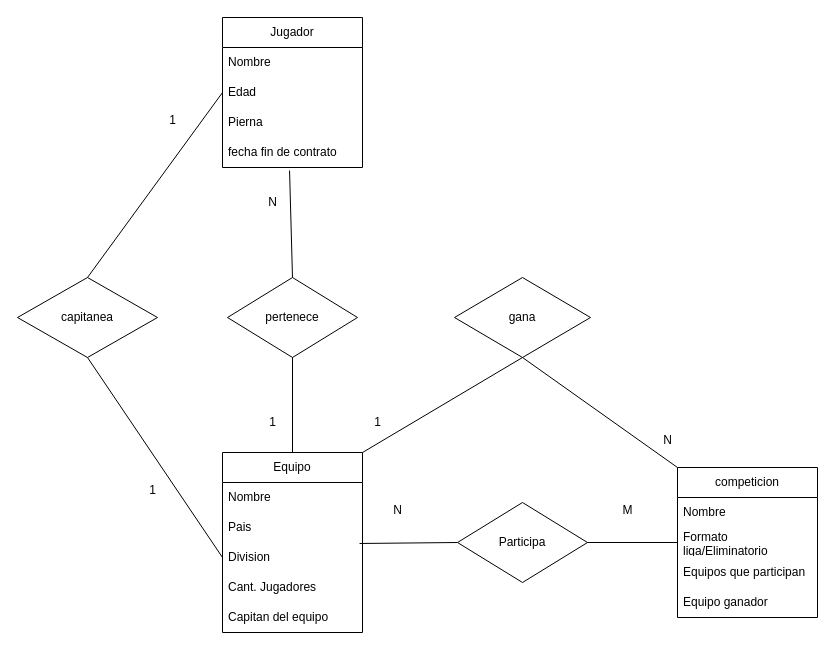
This is BBDD/UEFA.drawio from jimenezmunozguillermorafael/Apuntes1DAM, a draw.io file, before an edit. Source tidied: cells renumbered, new cells numbered last; positions are measured from the earlier drawing's top-left corner, leaving out a move shared by most shapes. Both pictures are drawn from the tidied source at 100%, with x=0, y=0 at pixel (17, 17).
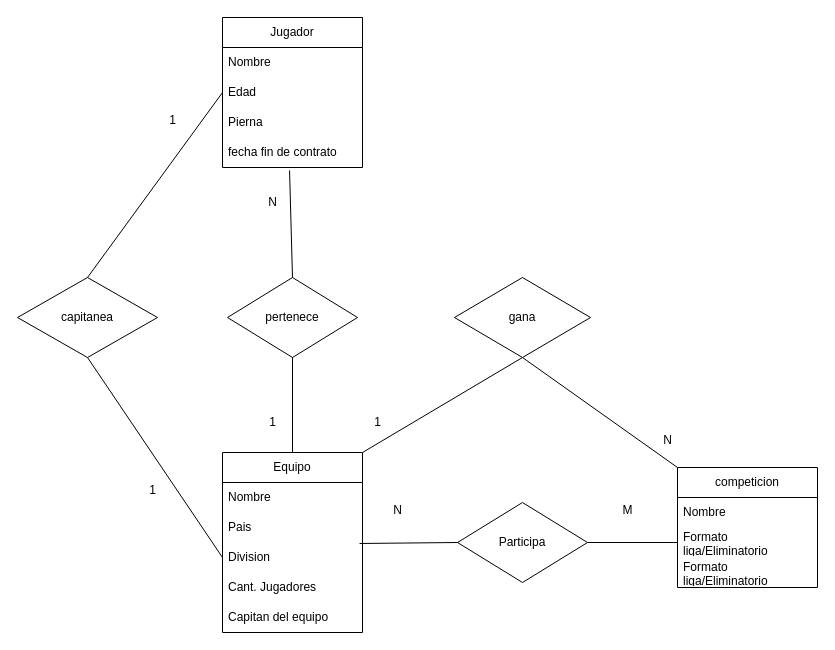
The same diagram, later.

Diff of the diagram source:
```diff
@@
     <mxCell id="9" value="competicion" style="swimlane;fontStyle=0;horizontal=1;startSize=30;whiteSpace=wrap;html=1;" parent="1" vertex="1">
-      <mxGeometry x="660" y="450" width="140" height="150" as="geometry" />
+      <mxGeometry x="660" y="450" width="140" height="120" as="geometry" />
     </mxCell>
@@
-    <mxCell id="12" value="Equipos que participan" style="text;strokeColor=none;fillColor=none;align=left;verticalAlign=middle;spacingLeft=4;spacingRight=4;overflow=hidden;whiteSpace=wrap;html=1;" parent="9" vertex="1">
-      <mxGeometry y="90" width="140" height="30" as="geometry" />
-    </mxCell>
-    <mxCell id="13" value="Equipo ganador" style="text;strokeColor=none;fillColor=none;align=left;verticalAlign=middle;spacingLeft=4;spacingRight=4;overflow=hidden;whiteSpace=wrap;html=1;" parent="9" vertex="1">
-      <mxGeometry y="120" width="140" height="30" as="geometry" />
-    </mxCell>
+    <mxCell id="38" value="Formato liga/Eliminatorio" style="text;strokeColor=none;fillColor=none;align=left;verticalAlign=middle;spacingLeft=4;spacingRight=4;overflow=hidden;whiteSpace=wrap;html=1;" parent="9" vertex="1">
+      <mxGeometry y="90" width="140" height="30" as="geometry" />
+    </mxCell>
```
